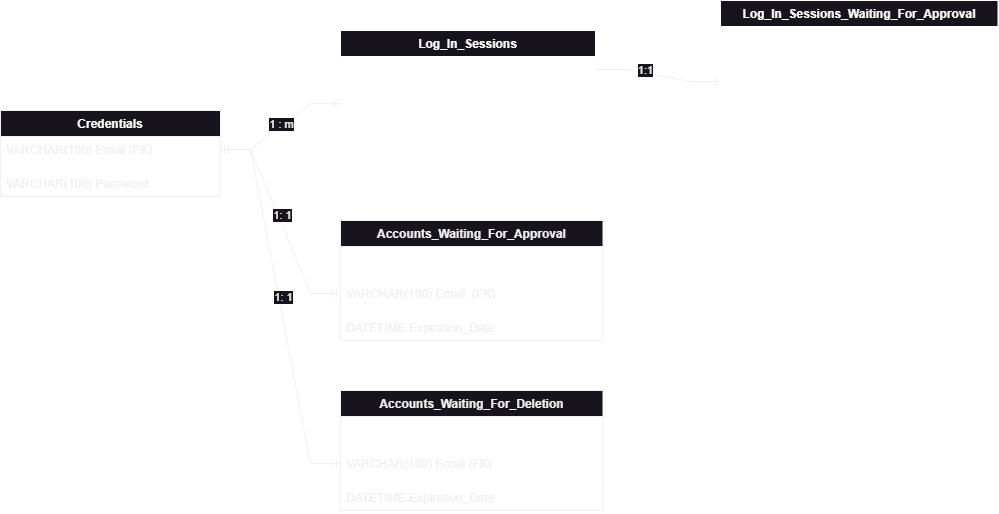
Earlier version of the draw.io export ThethaFTP_DB.png (CSharpTeoMan911/ThetaFTP). Source tidied: cells renumbered, new cells last; positions are measured from the earlier drawing's top-left corner, leaving out a move shared by most shapes.
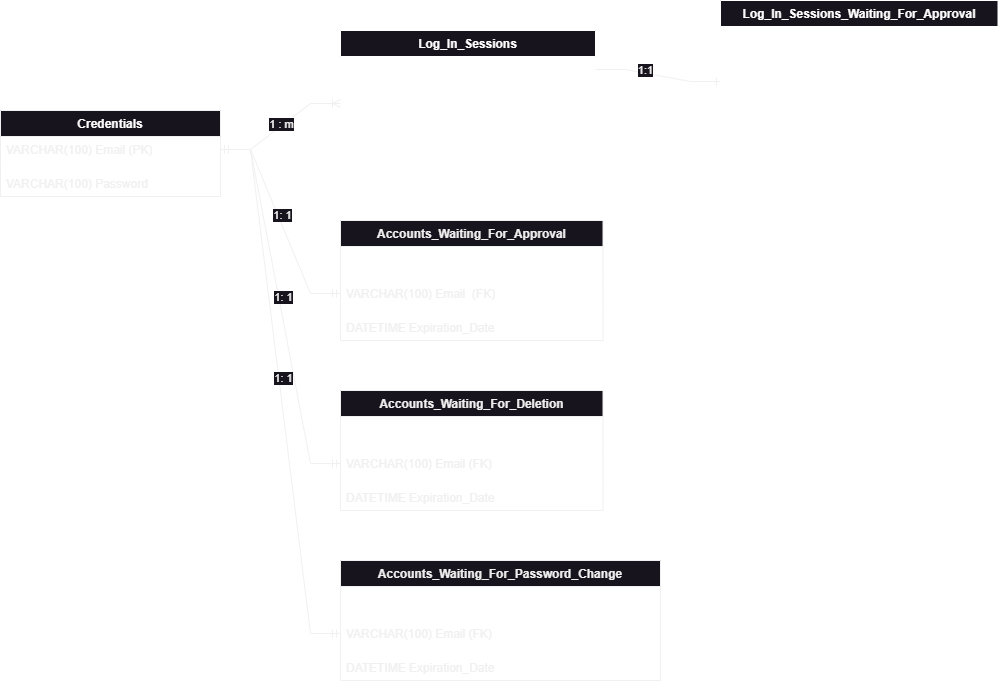
After the commit.

Commit message:
* UPDATED SQL DATABASE * UPDATED DATABASE SCHEMA * INITIATED PROFILE FRONTEND

The edit, as a diff of the source:
```diff
@@ -119,5 +119,29 @@
     <mxCell id="38" value="1: 1" style="edgeLabel;html=1;align=center;verticalAlign=middle;" parent="37" vertex="1">
       <mxGeometry x="-0.05" y="4" relative="1" as="geometry" />
     </mxCell>
+    <mxCell id="39" value="Accounts_Waiting_For_Password_Change" style="swimlane;fontStyle=1;align=center;verticalAlign=top;horizontal=1;startSize=26;whiteSpace=wrap;html=1;" parent="1" vertex="1">
+      <mxGeometry x="340" y="650" width="320" height="120" as="geometry" />
+    </mxCell>
+    <mxCell id="40" value="VARCHAR(100) Account_Password_Change_Code (PK)" style="text;strokeColor=none;fillColor=none;align=left;verticalAlign=top;spacingLeft=4;spacingRight=4;overflow=hidden;whiteSpace=wrap;html=1;fontColor=#FFFFFF;" parent="39" vertex="1">
+      <mxGeometry y="26" width="320" height="26" as="geometry" />
+    </mxCell>
+    <mxCell id="41" style="line;strokeWidth=1;fillColor=none;align=left;verticalAlign=middle;spacingTop=-1;spacingLeft=3;spacingRight=3;labelPosition=right;strokeColor=#FFFFFF;" parent="39" vertex="1">
+      <mxGeometry y="52" width="320" height="8" as="geometry" />
+    </mxCell>
+    <mxCell id="42" value="VARCHAR(100) Email (FK)" style="text;strokeColor=none;fillColor=none;align=left;verticalAlign=top;spacingLeft=4;spacingRight=4;overflow=hidden;points=[[0,0.5],[1,0.5]];portConstraint=eastwest;whiteSpace=wrap;html=1;" parent="39" vertex="1">
+      <mxGeometry y="60" width="320" height="26" as="geometry" />
+    </mxCell>
+    <mxCell id="43" style="line;strokeWidth=1;fillColor=none;align=left;verticalAlign=middle;spacingTop=-1;spacingLeft=3;spacingRight=3;labelPosition=right;strokeColor=#FFFFFF;" parent="39" vertex="1">
+      <mxGeometry y="86" width="320" height="8" as="geometry" />
+    </mxCell>
+    <mxCell id="44" value="DATETIME Expiration_Date" style="text;strokeColor=none;fillColor=none;align=left;verticalAlign=top;spacingLeft=4;spacingRight=4;overflow=hidden;whiteSpace=wrap;html=1;" parent="39" vertex="1">
+      <mxGeometry y="94" width="320" height="26" as="geometry" />
+    </mxCell>
+    <mxCell id="45" style="edgeStyle=entityRelationEdgeStyle;fontSize=12;html=1;endArrow=ERmandOne;startArrow=ERmandOne;rounded=0;exitX=1;exitY=0.5;exitDx=0;exitDy=0;entryX=0;entryY=0.5;entryDx=0;entryDy=0;" parent="1" edge="1" source="19" target="42">
+      <mxGeometry relative="1" as="geometry" />
+    </mxCell>
+    <mxCell id="46" value="1: 1" style="edgeLabel;html=1;align=center;verticalAlign=middle;" parent="45" vertex="1">
+      <mxGeometry x="-0.05" y="4" relative="1" as="geometry" />
+    </mxCell>
   </root>
 </mxGraphModel>
```
